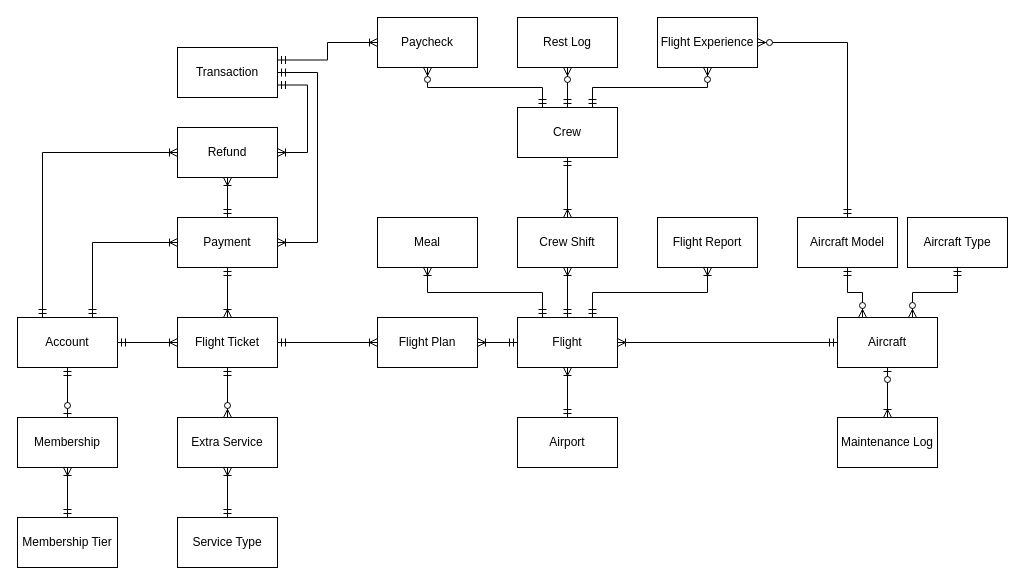
Above: erd.drawio in Poleric/database-design-assignment (draw.io), before the change. Source tidied: cells renumbered, new cells numbered last; positions are measured from the earlier drawing's top-left corner, leaving out a move shared by most shapes. Both pictures are drawn from the tidied source at 100%, with x=0, y=0 at pixel (17, 17).
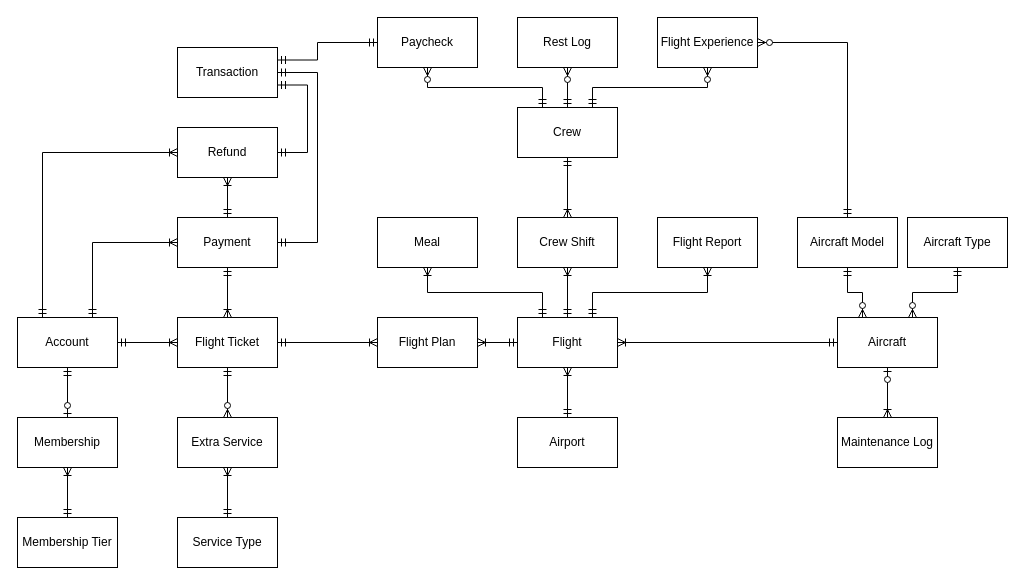
The same page after the edit.

Commit message:
fix relationship for transaction

The change refers to these unchanged cells:
```xml
<mxCell id="5" value="Paycheck" style="html=1;dashed=0;whiteSpace=wrap;" parent="1" vertex="1">
  <mxGeometry x="360" width="100" height="50" as="geometry" />
</mxCell>
<mxCell id="17" value="Payment" style="html=1;dashed=0;whiteSpace=wrap;" parent="1" vertex="1">
  <mxGeometry x="160" y="200" width="100" height="50" as="geometry" />
</mxCell>
<mxCell id="20" value="Refund" style="html=1;dashed=0;whiteSpace=wrap;" parent="1" vertex="1">
  <mxGeometry x="160" y="110" width="100" height="50" as="geometry" />
</mxCell>
<mxCell id="48" value="Transaction" style="html=1;dashed=0;whiteSpace=wrap;" parent="1" vertex="1">
  <mxGeometry x="160" y="30" width="100" height="50" as="geometry" />
</mxCell>
```

Change to the diagram source:
```diff
@@
-    <mxCell id="49" style="edgeStyle=orthogonalEdgeStyle;fontSize=12;html=1;endArrow=ERoneToMany;startArrow=ERmandOne;rounded=0;entryX=1;entryY=0.5;entryDx=0;entryDy=0;exitX=1;exitY=0.5;exitDx=0;exitDy=0;" parent="1" edge="1" source="48" target="17">
-      <mxGeometry relative="1" as="geometry">
-        <Array as="points">
-          <mxPoint x="300" y="55" />
-          <mxPoint x="300" y="225" />
-        </Array>
-      </mxGeometry>
-    </mxCell>
-    <mxCell id="50" style="edgeStyle=orthogonalEdgeStyle;fontSize=12;html=1;endArrow=ERoneToMany;startArrow=ERmandOne;rounded=0;entryX=1;entryY=0.5;entryDx=0;entryDy=0;exitX=1;exitY=0.75;exitDx=0;exitDy=0;" parent="1" edge="1" source="48" target="20">
-      <mxGeometry relative="1" as="geometry">
-        <Array as="points">
-          <mxPoint x="290" y="68" />
-          <mxPoint x="290" y="135" />
-        </Array>
-      </mxGeometry>
-    </mxCell>
-    <mxCell id="51" style="edgeStyle=orthogonalEdgeStyle;fontSize=12;html=1;endArrow=ERoneToMany;startArrow=ERmandOne;rounded=0;exitX=1;exitY=0.25;exitDx=0;exitDy=0;entryX=0;entryY=0.5;entryDx=0;entryDy=0;" parent="1" edge="1" source="48" target="5">
-      <mxGeometry relative="1" as="geometry" />
-    </mxCell>
+    <mxCell id="52" style="edgeStyle=orthogonalEdgeStyle;fontSize=12;html=1;endArrow=ERmandOne;startArrow=ERmandOne;rounded=0;entryX=1;entryY=0.5;entryDx=0;entryDy=0;exitX=1;exitY=0.5;exitDx=0;exitDy=0;" parent="1" edge="1" source="17" target="48">
+      <mxGeometry relative="1" as="geometry">
+        <Array as="points">
+          <mxPoint x="300" y="225" />
+          <mxPoint x="300" y="55" />
+        </Array>
+      </mxGeometry>
+    </mxCell>
+    <mxCell id="53" style="edgeStyle=orthogonalEdgeStyle;fontSize=12;html=1;endArrow=ERmandOne;startArrow=ERmandOne;rounded=0;entryX=1;entryY=0.75;entryDx=0;entryDy=0;exitX=1;exitY=0.5;exitDx=0;exitDy=0;" parent="1" edge="1" source="20" target="48">
+      <mxGeometry relative="1" as="geometry">
+        <Array as="points">
+          <mxPoint x="290" y="135" />
+          <mxPoint x="290" y="68" />
+        </Array>
+      </mxGeometry>
+    </mxCell>
+    <mxCell id="54" style="edgeStyle=orthogonalEdgeStyle;fontSize=12;html=1;endArrow=ERmandOne;startArrow=ERmandOne;rounded=0;entryX=1;entryY=0.25;entryDx=0;entryDy=0;" parent="1" edge="1" source="5" target="48">
+      <mxGeometry relative="1" as="geometry">
+        <Array as="points">
+          <mxPoint x="300" y="25" />
+          <mxPoint x="300" y="43" />
+        </Array>
+      </mxGeometry>
+    </mxCell>
```
